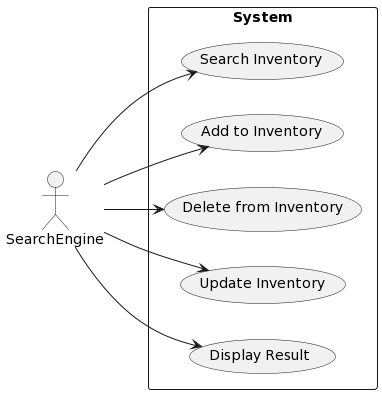
Above: docs/diagrams/cases/searchengine.png in Mlliot/onlineStoreTemplate (PlantUML), before the change. Source of this version:
```plantuml
@startuml
left to right direction
actor SearchEngine
rectangle "System" as system {
  (Search Inventory)
  (Add to Inventory)
  (Delete from Inventory)
  (Update Inventory)
  (Display Result)
}
SearchEngine --> (Search Inventory)
SearchEngine --> (Add to Inventory)
SearchEngine --> (Delete from Inventory)
SearchEngine --> (Update Inventory)
SearchEngine --> (Display Result)
@enduml
```
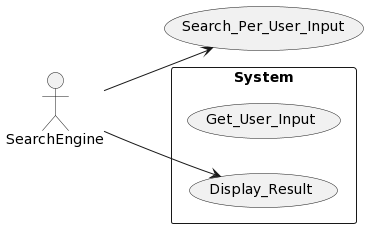
After the change.

What changed in the source:
```diff
@@ -2,15 +2,9 @@
 left to right direction
 actor SearchEngine
 rectangle "System" as system {
-  (Search Inventory)
-  (Add to Inventory)
-  (Delete from Inventory)
-  (Update Inventory)
-  (Display Result)
+  (Get_User_Input)
+  (Display_Result)
 }
-SearchEngine --> (Search Inventory)
-SearchEngine --> (Add to Inventory)
-SearchEngine --> (Delete from Inventory)
-SearchEngine --> (Update Inventory)
-SearchEngine --> (Display Result)
+SearchEngine --> (Search_Per_User_Input)
+SearchEngine --> (Display_Result)
 @enduml
```
